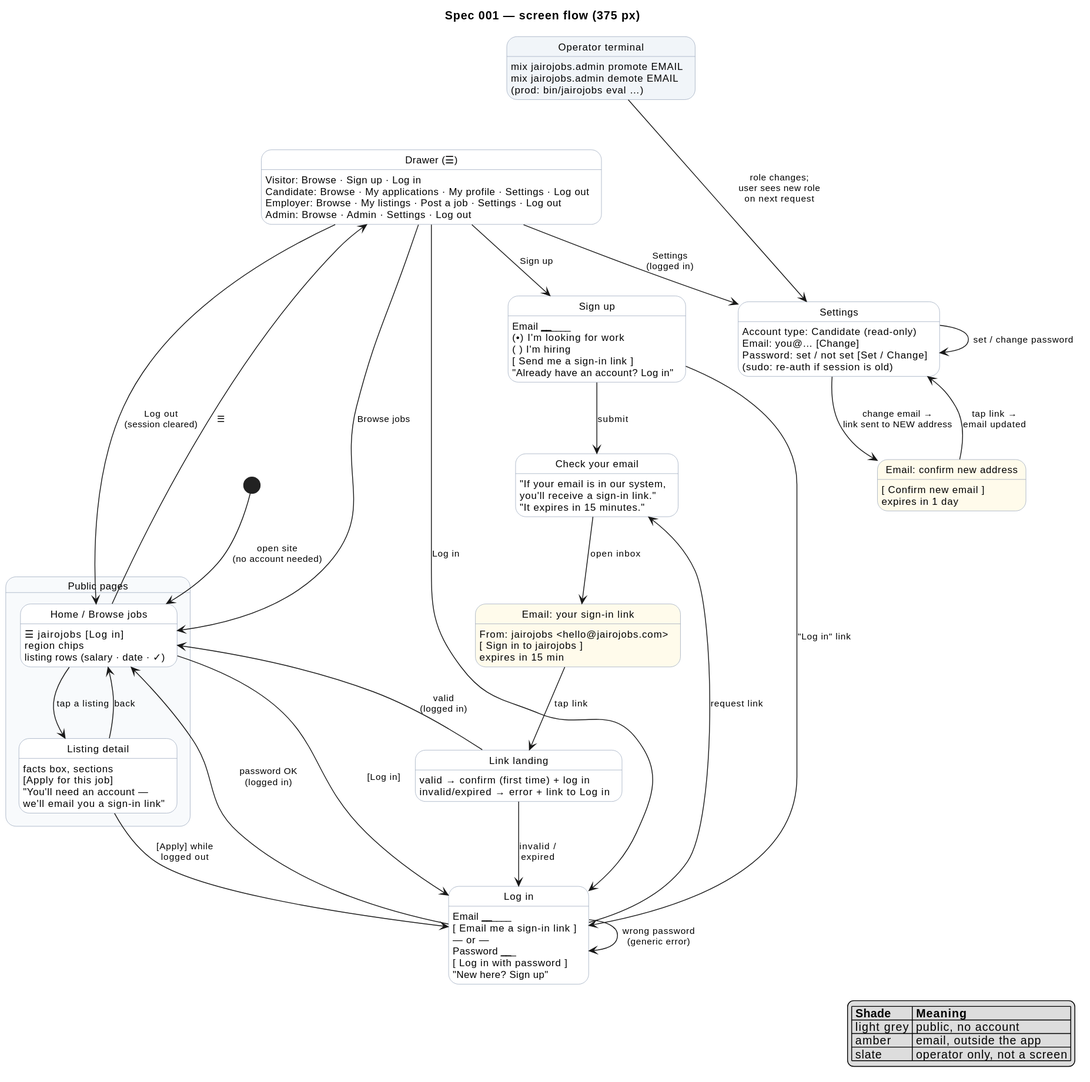
Above: docs/specs/001-accounts-authentication/diagrams/screenflow-auth.svg in raseniero/jairojobs-elixir (PlantUML), before the change.
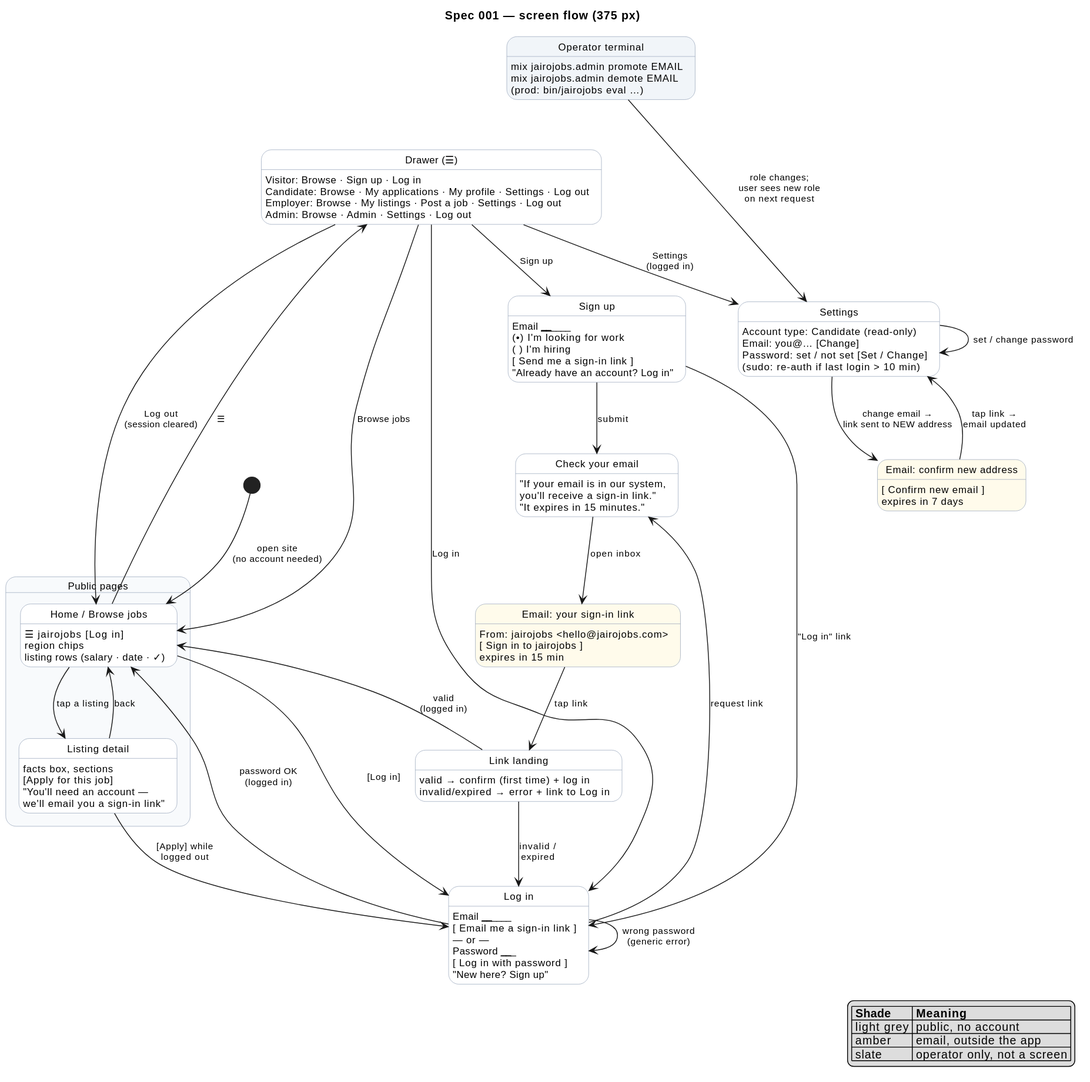
Above is the later version.

Diff of the diagram source:
```diff
@@ -64,11 +64,11 @@
 Settings : Account type: Candidate (read-only)
 Settings : Email: you@…  [Change]
 Settings : Password: set / not set  [Set / Change]
-Settings : (sudo: re-auth if session is old)
+Settings : (sudo: re-auth if last login > 10 min)
 
 state "Email: confirm new address" as EmailChange <<email>>
 EmailChange : [ Confirm new email ]
-EmailChange : expires in 1 day
+EmailChange : expires in 7 days
 
 state "Operator terminal" as Terminal <<terminal>>
 Terminal : mix jairojobs.admin promote EMAIL
```
